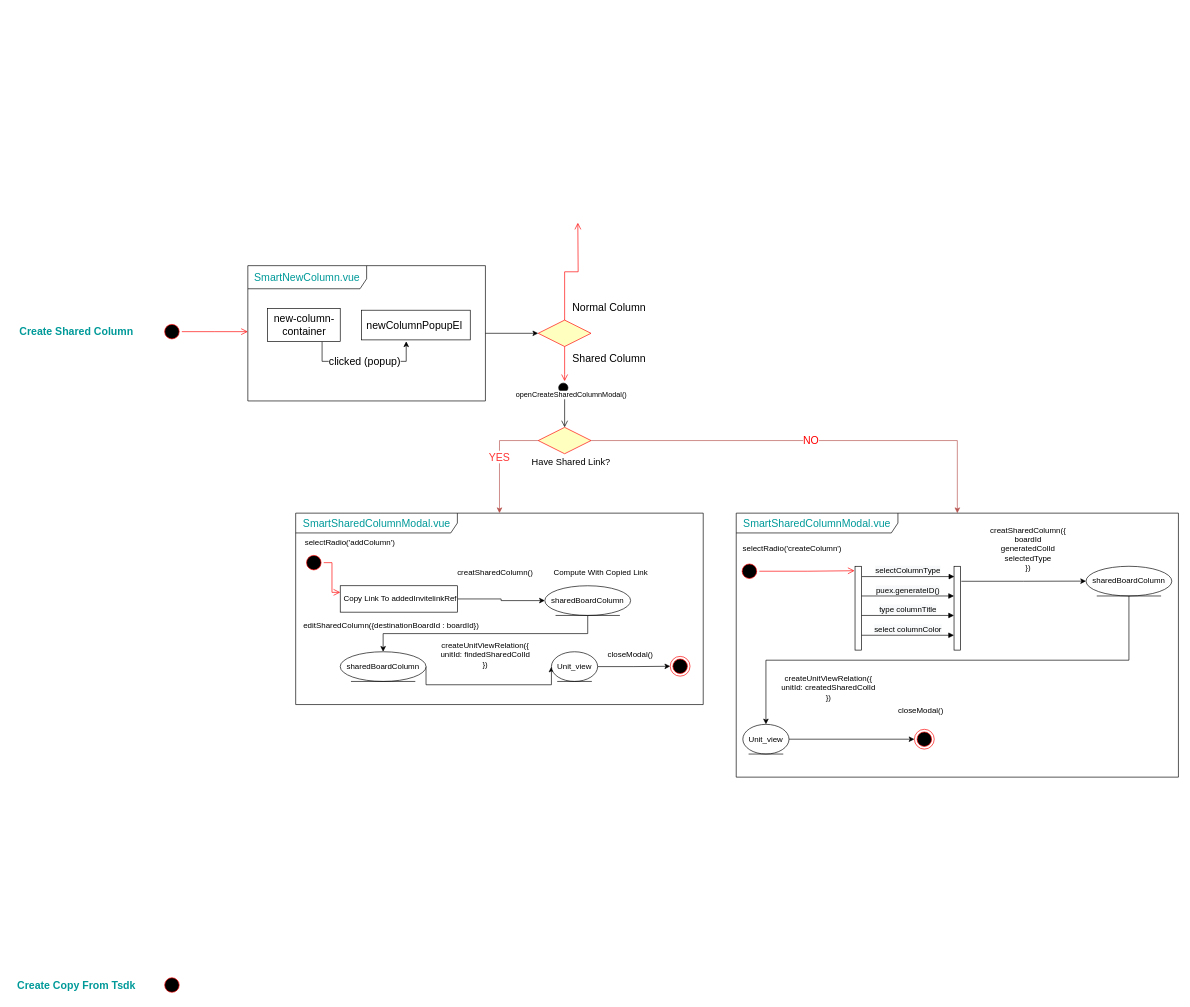
Above: page "SHARED COLUMN" (3 of 3) of Untitled Diagram.drawio in Straider71/test (draw.io), before the change. Source tidied: cells renumbered, new cells numbered last; positions are measured from the earlier drawing's top-left corner, leaving out a move shared by most shapes. Both pictures are drawn from the tidied source at 66%, with x=0, y=0 at pixel (11, 222).
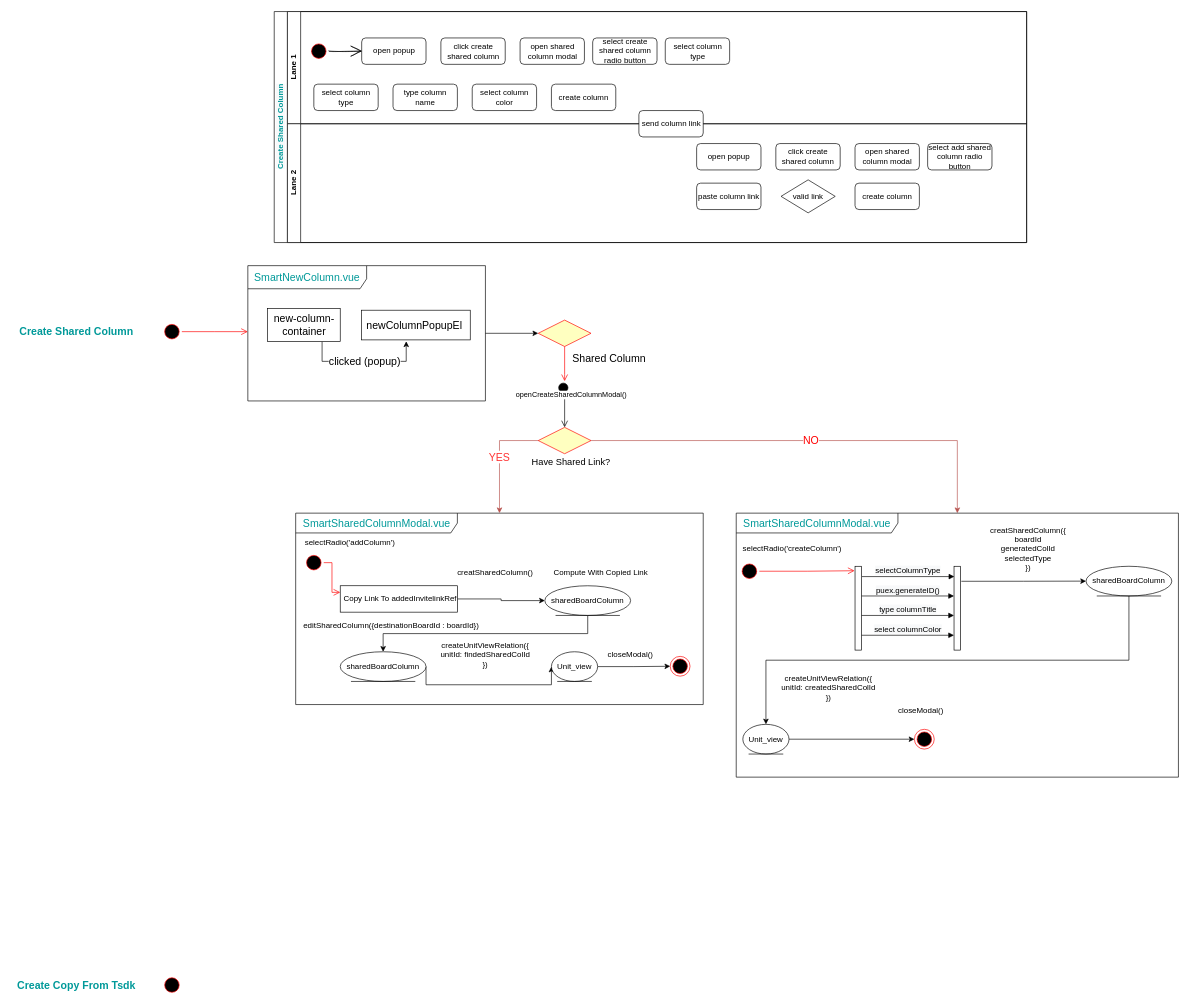
Above is the later version.

Unchanged cells that the change refers to:
```xml
<mxCell id="12" style="rhombus;whiteSpace=wrap;html=1;fillColor=#ffffc0;strokeColor=#ff0000;labelBackgroundColor=#FFFFFF;fontSize=16;fontColor=#000000;" parent="1" vertex="1">
  <mxGeometry x="798" y="147.5" width="80" height="40" as="geometry" />
</mxCell>
```

The edit, as a diff of the source:
```diff
@@
-    <mxCell id="13" value="Normal Column" style="edgeStyle=orthogonalEdgeStyle;html=1;align=left;verticalAlign=bottom;endArrow=open;endSize=8;strokeColor=#ff0000;rounded=0;fontSize=16;fontColor=#000000;" parent="1" edge="1" source="12">
-      <mxGeometry x="-0.91" y="-10" relative="1" as="geometry">
-        <mxPoint x="858" as="targetPoint" />
-      </mxGeometry>
-    </mxCell>
@@
+    <mxCell id="59" value="&lt;b style=&quot;color: rgb(0 , 153 , 153) ; background-color: rgb(248 , 249 , 250)&quot;&gt;&lt;font style=&quot;font-size: 12px&quot;&gt;Create Shared Column&lt;/font&gt;&lt;/b&gt;" style="swimlane;html=1;horizontal=0;startSize=20;" parent="1" vertex="1">
+      <mxGeometry x="398" y="-320" width="1140" height="350" as="geometry" />
+    </mxCell>
+    <mxCell id="60" value="Lane 1" style="swimlane;html=1;startSize=20;horizontal=0;" parent="59" vertex="1">
+      <mxGeometry x="20" width="1120" height="170" as="geometry" />
+    </mxCell>
+    <mxCell id="61" value="open popup" style="rounded=1;whiteSpace=wrap;html=1;fontFamily=Helvetica;fontSize=12;fontColor=#000000;align=center;" parent="60" vertex="1">
+      <mxGeometry x="112.5" y="40" width="97.5" height="40" as="geometry" />
+    </mxCell>
+    <mxCell id="62" style="edgeStyle=none;curved=1;rounded=0;sketch=1;hachureGap=4;jettySize=auto;html=1;entryX=0;entryY=0.5;entryDx=0;entryDy=0;fontFamily=Architects Daughter;fontSize=12;endArrow=open;startSize=14;endSize=14;sourcePerimeterSpacing=8;targetPerimeterSpacing=8;exitX=1;exitY=0.5;exitDx=0;exitDy=0;" parent="60" edge="1" source="63" target="61">
+      <mxGeometry relative="1" as="geometry" />
+    </mxCell>
+    <mxCell id="63" style="ellipse;html=1;shape=startState;fillColor=#000000;strokeColor=#ff0000;" parent="60" vertex="1">
+      <mxGeometry x="32.5" y="45" width="30" height="30" as="geometry" />
+    </mxCell>
+    <mxCell id="64" value="click create shared column" style="rounded=1;whiteSpace=wrap;html=1;fontFamily=Helvetica;fontSize=12;fontColor=#000000;align=center;" parent="60" vertex="1">
+      <mxGeometry x="232.5" y="40" width="97.5" height="40" as="geometry" />
+    </mxCell>
+    <mxCell id="65" value="open shared column modal" style="rounded=1;whiteSpace=wrap;html=1;fontFamily=Helvetica;fontSize=12;fontColor=#000000;align=center;" parent="60" vertex="1">
+      <mxGeometry x="352.5" y="40" width="97.5" height="40" as="geometry" />
+    </mxCell>
+    <mxCell id="66" value="select create shared column radio button" style="rounded=1;whiteSpace=wrap;html=1;fontFamily=Helvetica;fontSize=12;fontColor=#000000;align=center;" parent="60" vertex="1">
+      <mxGeometry x="462.5" y="40" width="97.5" height="40" as="geometry" />
+    </mxCell>
+    <mxCell id="67" value="select column type" style="rounded=1;whiteSpace=wrap;html=1;fontFamily=Helvetica;fontSize=12;fontColor=#000000;align=center;" parent="60" vertex="1">
+      <mxGeometry x="572.5" y="40" width="97.5" height="40" as="geometry" />
+    </mxCell>
+    <mxCell id="68" value="select column type" style="rounded=1;whiteSpace=wrap;html=1;fontFamily=Helvetica;fontSize=12;fontColor=#000000;align=center;" parent="60" vertex="1">
+      <mxGeometry x="40" y="110" width="97.5" height="40" as="geometry" />
+    </mxCell>
+    <mxCell id="69" value="type column name" style="rounded=1;whiteSpace=wrap;html=1;fontFamily=Helvetica;fontSize=12;fontColor=#000000;align=center;" parent="60" vertex="1">
+      <mxGeometry x="160" y="110" width="97.5" height="40" as="geometry" />
+    </mxCell>
+    <mxCell id="70" value="select column color" style="rounded=1;whiteSpace=wrap;html=1;fontFamily=Helvetica;fontSize=12;fontColor=#000000;align=center;" parent="60" vertex="1">
+      <mxGeometry x="280" y="110" width="97.5" height="40" as="geometry" />
+    </mxCell>
+    <mxCell id="71" value="create column" style="rounded=1;whiteSpace=wrap;html=1;fontFamily=Helvetica;fontSize=12;fontColor=#000000;align=center;" parent="60" vertex="1">
+      <mxGeometry x="400" y="110" width="97.5" height="40" as="geometry" />
+    </mxCell>
+    <mxCell id="72" value="Lane 2" style="swimlane;html=1;startSize=20;horizontal=0;" parent="59" vertex="1">
+      <mxGeometry x="20" y="170" width="1120" height="180" as="geometry" />
+    </mxCell>
+    <mxCell id="73" value="send column link" style="rounded=1;whiteSpace=wrap;html=1;fontFamily=Helvetica;fontSize=12;fontColor=#000000;align=center;" parent="72" vertex="1">
+      <mxGeometry x="532.5" y="-20" width="97.5" height="40" as="geometry" />
+    </mxCell>
+    <mxCell id="74" value="open popup" style="rounded=1;whiteSpace=wrap;html=1;fontFamily=Helvetica;fontSize=12;fontColor=#000000;align=center;" parent="72" vertex="1">
+      <mxGeometry x="620" y="30" width="97.5" height="40" as="geometry" />
+    </mxCell>
+    <mxCell id="75" value="click create shared column" style="rounded=1;whiteSpace=wrap;html=1;fontFamily=Helvetica;fontSize=12;fontColor=#000000;align=center;" parent="72" vertex="1">
+      <mxGeometry x="740" y="30" width="97.5" height="40" as="geometry" />
+    </mxCell>
+    <mxCell id="76" value="open shared column modal" style="rounded=1;whiteSpace=wrap;html=1;fontFamily=Helvetica;fontSize=12;fontColor=#000000;align=center;" parent="72" vertex="1">
+      <mxGeometry x="860" y="30" width="97.5" height="40" as="geometry" />
+    </mxCell>
+    <mxCell id="77" value="select add shared column radio button" style="rounded=1;whiteSpace=wrap;html=1;fontFamily=Helvetica;fontSize=12;fontColor=#000000;align=center;" parent="72" vertex="1">
+      <mxGeometry x="970" y="30" width="97.5" height="40" as="geometry" />
+    </mxCell>
+    <mxCell id="78" value="paste column link" style="rounded=1;whiteSpace=wrap;html=1;fontFamily=Helvetica;fontSize=12;fontColor=#000000;align=center;" parent="72" vertex="1">
+      <mxGeometry x="620" y="90" width="97.5" height="40" as="geometry" />
+    </mxCell>
+    <mxCell id="79" value="&lt;font face=&quot;Helvetica&quot;&gt;valid link&lt;/font&gt;" style="rhombus;whiteSpace=wrap;html=1;rounded=0;sketch=0;hachureGap=4;fontFamily=Architects Daughter;fontSize=12;" parent="72" vertex="1">
+      <mxGeometry x="747.9" y="85" width="82.1" height="50" as="geometry" />
+    </mxCell>
+    <mxCell id="80" value="create column" style="rounded=1;whiteSpace=wrap;html=1;fontFamily=Helvetica;fontSize=12;fontColor=#000000;align=center;" parent="72" vertex="1">
+      <mxGeometry x="860" y="90" width="97.5" height="40" as="geometry" />
+    </mxCell>
```
